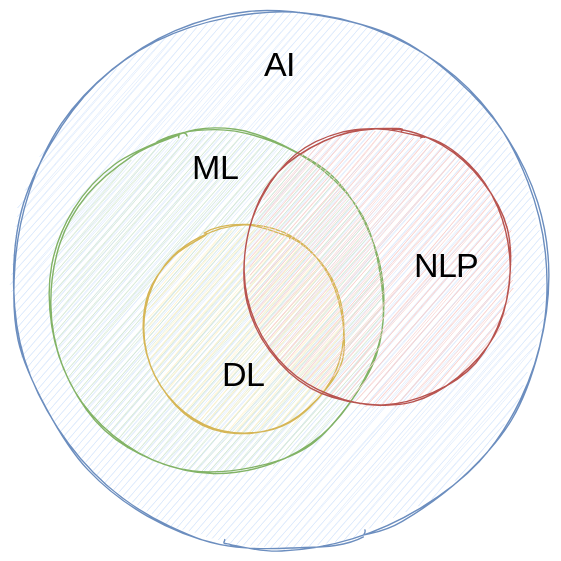
Before: docs/img/ai-ml-dl-nlp.drawio.svg, a diagram exported from draw.io (pkeilbach/htwg-practical-nlp). Source tidied: cells renumbered, new cells last; positions are measured from the earlier drawing's top-left corner, leaving out a move shared by most shapes. Source of this version:
```xml
<mxGraphModel>
  <root>
    <mxCell id="0" />
    <mxCell id="1" parent="0" />
    <mxCell id="2" value="AI" style="ellipse;whiteSpace=wrap;html=1;sketch=1;verticalAlign=top;spacingBottom=0;spacingTop=25;fillColor=#dae8fc;strokeColor=#6c8ebf;fontFamily=Kalam;fontSize=24;direction=west;fontSource=https%3A%2F%2Ffonts.googleapis.com%2Fcss%3Ffamily%3DKalam;" parent="1" vertex="1">
      <mxGeometry width="400" height="400" as="geometry" />
    </mxCell>
    <mxCell id="3" value="ML" style="ellipse;whiteSpace=wrap;html=1;sketch=1;verticalAlign=top;spacingBottom=0;spacingTop=10;fillColor=#d5e8d4;strokeColor=#82b366;fontFamily=Kalam;fontSize=24;spacing=1;fontSource=https%3A%2F%2Ffonts.googleapis.com%2Fcss%3Ffamily%3DKalam;" parent="1" vertex="1">
      <mxGeometry x="29" y="90" width="250" height="250" as="geometry" />
    </mxCell>
    <mxCell id="4" value="DL" style="ellipse;whiteSpace=wrap;html=1;sketch=1;verticalAlign=bottom;spacingBottom=25;spacingTop=0;fillColor=#fff2cc;strokeColor=#d6b656;fontFamily=Kalam;fontSize=24;fontSource=https%3A%2F%2Ffonts.googleapis.com%2Fcss%3Ffamily%3DKalam;" parent="1" vertex="1">
      <mxGeometry x="99" y="160" width="150" height="150" as="geometry" />
    </mxCell>
    <mxCell id="5" value="NLP" style="ellipse;whiteSpace=wrap;html=1;sketch=1;verticalAlign=middle;spacingBottom=0;spacingTop=0;fillColor=#f8cecc;strokeColor=#b85450;fontFamily=Kalam;fontSize=24;spacingLeft=0;align=right;spacingRight=25;fontSource=https%3A%2F%2Ffonts.googleapis.com%2Fcss%3Ffamily%3DKalam;" parent="1" vertex="1">
      <mxGeometry x="169" y="90" width="200" height="200" as="geometry" />
    </mxCell>
  </root>
</mxGraphModel>
```
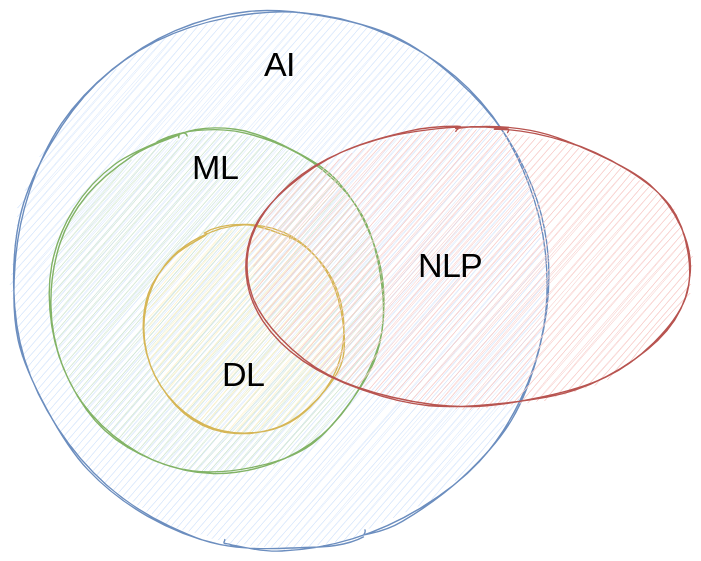
Above is the later version.

The edit, as a diff of the source:
```diff
@@ -11,8 +11,8 @@
     <mxCell id="4" value="DL" style="ellipse;whiteSpace=wrap;html=1;sketch=1;verticalAlign=bottom;spacingBottom=25;spacingTop=0;fillColor=#fff2cc;strokeColor=#d6b656;fontFamily=Kalam;fontSize=24;fontSource=https%3A%2F%2Ffonts.googleapis.com%2Fcss%3Ffamily%3DKalam;" parent="1" vertex="1">
       <mxGeometry x="99" y="160" width="150" height="150" as="geometry" />
     </mxCell>
-    <mxCell id="5" value="NLP" style="ellipse;whiteSpace=wrap;html=1;sketch=1;verticalAlign=middle;spacingBottom=0;spacingTop=0;fillColor=#f8cecc;strokeColor=#b85450;fontFamily=Kalam;fontSize=24;spacingLeft=0;align=right;spacingRight=25;fontSource=https%3A%2F%2Ffonts.googleapis.com%2Fcss%3Ffamily%3DKalam;" parent="1" vertex="1">
-      <mxGeometry x="169" y="90" width="200" height="200" as="geometry" />
+    <mxCell id="5" value="NLP" style="ellipse;whiteSpace=wrap;html=1;sketch=1;verticalAlign=middle;spacingBottom=0;spacingTop=0;fillColor=#f8cecc;strokeColor=#b85450;fontFamily=Kalam;fontSize=24;spacingLeft=0;align=center;spacingRight=25;fontSource=https%3A%2F%2Ffonts.googleapis.com%2Fcss%3Ffamily%3DKalam;" parent="1" vertex="1">
+      <mxGeometry x="169" y="90" width="331" height="200" as="geometry" />
     </mxCell>
   </root>
 </mxGraphModel>
```
